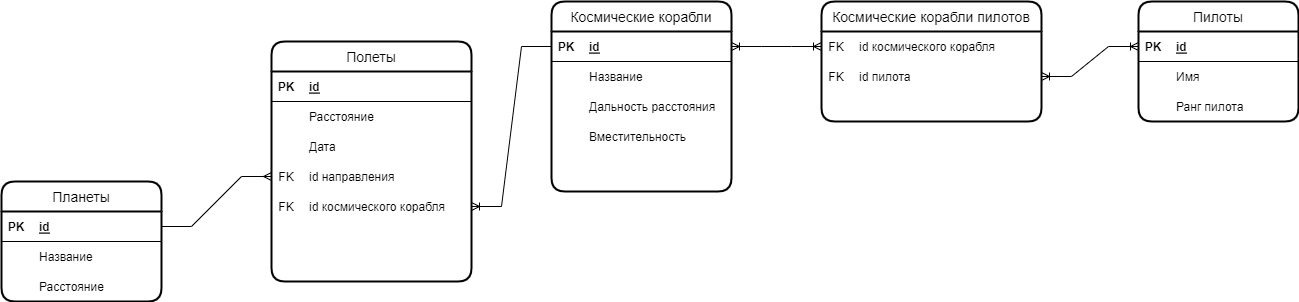
Kolesa-Education/kolesa-upgrade-homework-4 keeps this draw.io diagram as part1/космопорт.drawio.png. Above is the earlier version. Source tidied: cells renumbered, new cells last; positions are measured from the earlier drawing's top-left corner, leaving out a move shared by most shapes.
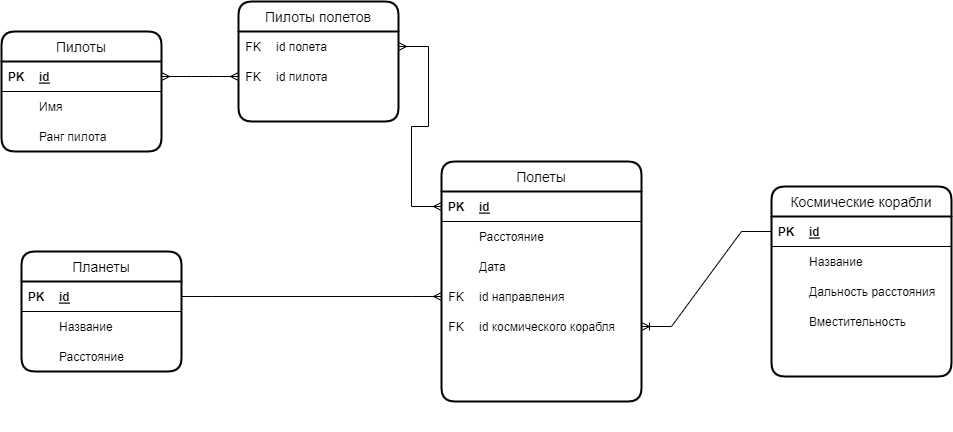
The same file after the commit.

Commit message:
docs: modify spaceport db design

What changed in the source:
```diff
@@ -3,7 +3,7 @@
     <mxCell id="0" />
     <mxCell id="1" parent="0" />
     <mxCell id="2" value="Космические корабли" style="swimlane;horizontal=1;startSize=30;rounded=1;fontSize=14;fontStyle=0;strokeWidth=2;shadow=0;dashed=0;align=center;" parent="1" vertex="1">
-      <mxGeometry x="550" width="180" height="190" as="geometry" />
+      <mxGeometry x="580" y="65" width="180" height="190" as="geometry" />
     </mxCell>
     <mxCell id="3" style="shape=table;startSize=0;rowLines=0;fontStyle=0;align=center;strokeColor=none;fillColor=none;" parent="2" vertex="1">
       <mxGeometry y="30" width="180" height="160" as="geometry" />
@@ -45,10 +45,10 @@
       <mxGeometry x="30" width="150" height="30" as="geometry" />
     </mxCell>
     <mxCell id="16" value="Полеты" style="swimlane;horizontal=1;startSize=30;rounded=1;fontSize=14;fontStyle=0;strokeWidth=2;shadow=0;dashed=0;align=center;" parent="1" vertex="1">
-      <mxGeometry x="270" y="40" width="200" height="240" as="geometry" />
+      <mxGeometry x="250" y="40" width="200" height="240" as="geometry" />
     </mxCell>
     <mxCell id="17" style="shape=table;startSize=0;rowLines=0;fontStyle=0;align=center;strokeColor=none;fillColor=none;" parent="16" vertex="1">
-      <mxGeometry y="30" width="200" height="210" as="geometry" />
+      <mxGeometry y="30" width="200" height="240" as="geometry" />
     </mxCell>
     <mxCell id="18" style="shape=tableRow;horizontal=0;startSize=0;swimlaneHead=0;swimlaneBody=0;fillColor=none;points=[[0,0.5],[1,0.5]];portConstraint=eastwest;top=0;left=0;right=0;bottom=1;" parent="17" vertex="1">
       <mxGeometry width="200" height="30" as="geometry" />
@@ -95,8 +95,17 @@
     <mxCell id="32" value="id космического корабля" style="shape=partialRectangle;fillColor=none;top=0;left=0;bottom=0;right=0;align=left;spacingLeft=6;fontStyle=0;overflow=hidden;" parent="30" vertex="1">
       <mxGeometry x="30" width="170" height="30" as="geometry" />
     </mxCell>
+    <mxCell id="73" style="shape=tableRow;horizontal=0;startSize=0;swimlaneHead=0;swimlaneBody=0;fillColor=none;top=0;left=0;right=0;bottom=0;" parent="17" vertex="1">
+      <mxGeometry y="150" width="200" height="30" as="geometry" />
+    </mxCell>
+    <mxCell id="74" style="shape=partialRectangle;fillColor=none;top=0;left=0;bottom=0;right=0;overflow=hidden;" parent="73" vertex="1">
+      <mxGeometry width="30" height="30" as="geometry" />
+    </mxCell>
+    <mxCell id="75" style="shape=partialRectangle;fillColor=none;top=0;left=0;bottom=0;right=0;align=left;spacingLeft=6;overflow=hidden;" parent="73" vertex="1">
+      <mxGeometry x="30" width="170" height="30" as="geometry" />
+    </mxCell>
     <mxCell id="33" style="shape=tableRow;horizontal=0;startSize=0;swimlaneHead=0;swimlaneBody=0;fillColor=none;top=0;left=0;right=0;bottom=0;" parent="17" vertex="1">
-      <mxGeometry y="150" width="200" height="30" as="geometry" />
+      <mxGeometry y="180" width="200" height="30" as="geometry" />
     </mxCell>
     <mxCell id="34" style="shape=partialRectangle;fillColor=none;top=0;left=0;bottom=0;right=0;overflow=hidden;" parent="33" vertex="1">
       <mxGeometry width="30" height="30" as="geometry" />
@@ -105,7 +114,7 @@
       <mxGeometry x="30" width="170" height="30" as="geometry" />
     </mxCell>
     <mxCell id="36" style="shape=tableRow;horizontal=0;startSize=0;swimlaneHead=0;swimlaneBody=0;fillColor=none;top=0;left=0;right=0;bottom=0;" parent="17" vertex="1">
-      <mxGeometry y="180" width="200" height="30" as="geometry" />
+      <mxGeometry y="210" width="200" height="30" as="geometry" />
     </mxCell>
     <mxCell id="37" style="shape=partialRectangle;fillColor=none;top=0;left=0;bottom=0;right=0;overflow=hidden;" parent="36" vertex="1">
       <mxGeometry width="30" height="30" as="geometry" />
@@ -114,7 +123,7 @@
       <mxGeometry x="30" width="170" height="30" as="geometry" />
     </mxCell>
     <mxCell id="39" value="Пилоты" style="swimlane;horizontal=1;startSize=30;rounded=1;fontSize=14;fontStyle=0;strokeWidth=2;shadow=0;dashed=0;align=center;" parent="1" vertex="1">
-      <mxGeometry x="1137" width="160" height="120" as="geometry" />
+      <mxGeometry x="-190" y="-90" width="160" height="120" as="geometry" />
     </mxCell>
     <mxCell id="40" style="shape=table;startSize=0;rowLines=0;fontStyle=0;align=center;strokeColor=none;fillColor=none;" parent="39" vertex="1">
       <mxGeometry y="30" width="160" height="90" as="geometry" />
@@ -147,7 +156,7 @@
       <mxGeometry x="30" width="130" height="30" as="geometry" />
     </mxCell>
     <mxCell id="50" value="Планеты" style="swimlane;horizontal=1;startSize=30;rounded=1;fontSize=14;fontStyle=0;strokeWidth=2;shadow=0;dashed=0;align=center;" parent="1" vertex="1">
-      <mxGeometry y="180" width="160" height="120" as="geometry" />
+      <mxGeometry x="-170" y="130" width="160" height="120" as="geometry" />
     </mxCell>
     <mxCell id="51" style="shape=table;startSize=0;rowLines=0;fontStyle=0;align=center;strokeColor=none;fillColor=none;" parent="50" vertex="1">
       <mxGeometry y="30" width="160" height="90" as="geometry" />
@@ -179,41 +188,41 @@
     <mxCell id="60" value="Расстояние" style="shape=partialRectangle;fillColor=none;top=0;left=0;bottom=0;right=0;align=left;spacingLeft=6;overflow=hidden;" parent="58" vertex="1">
       <mxGeometry x="30" width="130" height="30" as="geometry" />
     </mxCell>
-    <mxCell id="61" value="Космические корабли пилотов" style="swimlane;horizontal=1;startSize=30;rounded=1;fontSize=14;fontStyle=0;strokeWidth=2;shadow=0;dashed=0;align=center;" parent="1" vertex="1">
-      <mxGeometry x="820" width="220" height="120" as="geometry" />
-    </mxCell>
-    <mxCell id="62" style="shape=table;startSize=0;rowLines=0;fontStyle=0;align=center;strokeColor=none;fillColor=none;" parent="61" vertex="1">
-      <mxGeometry y="30" width="220" height="90" as="geometry" />
-    </mxCell>
-    <mxCell id="63" style="shape=tableRow;horizontal=0;startSize=0;swimlaneHead=0;swimlaneBody=0;fillColor=none;points=[[0,0.5],[1,0.5]];portConstraint=eastwest;top=0;left=0;right=0;bottom=0;" parent="62" vertex="1">
-      <mxGeometry width="220" height="30" as="geometry" />
-    </mxCell>
-    <mxCell id="64" value="FK" style="shape=partialRectangle;fillColor=none;top=0;left=0;bottom=0;right=0;fontStyle=0;overflow=hidden;" parent="63" vertex="1">
-      <mxGeometry width="30" height="30" as="geometry" />
-    </mxCell>
-    <mxCell id="65" value="id космического корабля" style="shape=partialRectangle;fillColor=none;top=0;left=0;bottom=0;right=0;align=left;spacingLeft=6;fontStyle=0;overflow=hidden;" parent="63" vertex="1">
-      <mxGeometry x="30" width="190" height="30" as="geometry" />
-    </mxCell>
-    <mxCell id="66" style="shape=tableRow;horizontal=0;startSize=0;swimlaneHead=0;swimlaneBody=0;fillColor=none;points=[[0,0.5],[1,0.5]];portConstraint=eastwest;top=0;left=0;right=0;bottom=0;" parent="62" vertex="1">
-      <mxGeometry y="30" width="220" height="30" as="geometry" />
-    </mxCell>
-    <mxCell id="67" value="FK" style="shape=partialRectangle;fillColor=none;top=0;left=0;bottom=0;right=0;fontStyle=0;overflow=hidden;" parent="66" vertex="1">
-      <mxGeometry width="30" height="30" as="geometry" />
-    </mxCell>
-    <mxCell id="68" value="id пилота" style="shape=partialRectangle;fillColor=none;top=0;left=0;bottom=0;right=0;align=left;spacingLeft=6;fontStyle=0;overflow=hidden;" parent="66" vertex="1">
-      <mxGeometry x="30" width="190" height="30" as="geometry" />
-    </mxCell>
-    <mxCell id="69" style="edgeStyle=entityRelationEdgeStyle;fontSize=12;html=1;endArrow=ERoneToMany;startArrow=ERoneToMany;rounded=0;entryX=0;entryY=0.5;entryDx=0;entryDy=0;" parent="1" edge="1" source="4" target="63">
-      <mxGeometry relative="1" as="geometry" />
-    </mxCell>
-    <mxCell id="70" style="edgeStyle=entityRelationEdgeStyle;fontSize=12;html=1;endArrow=ERoneToMany;startArrow=ERoneToMany;rounded=0;" parent="1" edge="1" source="41" target="66">
-      <mxGeometry relative="1" as="geometry" />
-    </mxCell>
     <mxCell id="71" style="edgeStyle=entityRelationEdgeStyle;fontSize=12;html=1;endArrow=ERoneToMany;rounded=0;" parent="1" edge="1" source="4" target="30">
       <mxGeometry relative="1" as="geometry" />
     </mxCell>
     <mxCell id="72" style="edgeStyle=entityRelationEdgeStyle;fontSize=12;html=1;endArrow=ERmany;rounded=0;entryX=0;entryY=0.5;entryDx=0;entryDy=0;" parent="1" edge="1" source="52" target="27">
       <mxGeometry relative="1" as="geometry" />
     </mxCell>
+    <mxCell id="76" value="Пилоты полетов" style="swimlane;horizontal=1;startSize=30;rounded=1;fontSize=14;fontStyle=0;strokeWidth=2;shadow=0;dashed=0;align=center;" parent="1" vertex="1">
+      <mxGeometry x="47" y="-120" width="160" height="120" as="geometry" />
+    </mxCell>
+    <mxCell id="77" style="shape=table;startSize=0;rowLines=0;fontStyle=0;align=center;strokeColor=none;fillColor=none;" parent="76" vertex="1">
+      <mxGeometry y="30" width="160" height="90" as="geometry" />
+    </mxCell>
+    <mxCell id="78" style="shape=tableRow;horizontal=0;startSize=0;swimlaneHead=0;swimlaneBody=0;fillColor=none;points=[[0,0.5],[1,0.5]];portConstraint=eastwest;top=0;left=0;right=0;bottom=0;" parent="77" vertex="1">
+      <mxGeometry width="160" height="30" as="geometry" />
+    </mxCell>
+    <mxCell id="79" value="FK" style="shape=partialRectangle;fillColor=none;top=0;left=0;bottom=0;right=0;fontStyle=0;overflow=hidden;" parent="78" vertex="1">
+      <mxGeometry width="30" height="30" as="geometry" />
+    </mxCell>
+    <mxCell id="80" value="id полета" style="shape=partialRectangle;fillColor=none;top=0;left=0;bottom=0;right=0;align=left;spacingLeft=6;fontStyle=0;overflow=hidden;" parent="78" vertex="1">
+      <mxGeometry x="30" width="130" height="30" as="geometry" />
+    </mxCell>
+    <mxCell id="81" style="shape=tableRow;horizontal=0;startSize=0;swimlaneHead=0;swimlaneBody=0;fillColor=none;points=[[0,0.5],[1,0.5]];portConstraint=eastwest;top=0;left=0;right=0;bottom=0;" parent="77" vertex="1">
+      <mxGeometry y="30" width="160" height="30" as="geometry" />
+    </mxCell>
+    <mxCell id="82" value="FK" style="shape=partialRectangle;fillColor=none;top=0;left=0;bottom=0;right=0;fontStyle=0;overflow=hidden;" parent="81" vertex="1">
+      <mxGeometry width="30" height="30" as="geometry" />
+    </mxCell>
+    <mxCell id="68" value="id пилота" style="shape=partialRectangle;fillColor=none;top=0;left=0;bottom=0;right=0;align=left;spacingLeft=6;fontStyle=0;overflow=hidden;" parent="81" vertex="1">
+      <mxGeometry x="30" width="130" height="30" as="geometry" />
+    </mxCell>
+    <mxCell id="83" style="edgeStyle=entityRelationEdgeStyle;fontSize=12;html=1;endArrow=ERmany;startArrow=ERmany;rounded=0;exitX=0;exitY=0.5;exitDx=0;exitDy=0;" parent="1" edge="1" source="18" target="78">
+      <mxGeometry relative="1" as="geometry" />
+    </mxCell>
+    <mxCell id="84" style="edgeStyle=entityRelationEdgeStyle;fontSize=12;html=1;endArrow=ERmany;startArrow=ERmany;rounded=0;exitX=1;exitY=0.5;exitDx=0;exitDy=0;" parent="1" edge="1" source="41" target="81">
+      <mxGeometry relative="1" as="geometry" />
+    </mxCell>
   </root>
 </mxGraphModel>
```
